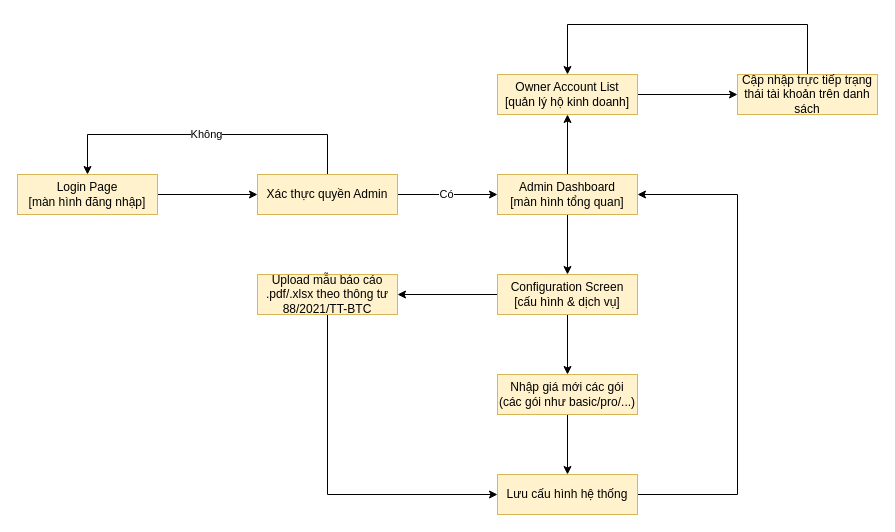
Above: docs/diagrams/admin_screen_flow.drawio in fouzo53/software-engineering-project (draw.io), before the change. Source tidied: cells renumbered, new cells numbered last; positions are measured from the earlier drawing's top-left corner, leaving out a move shared by most shapes. Both pictures are drawn from the tidied source at 100%, with x=0, y=0 at pixel (17, 24).
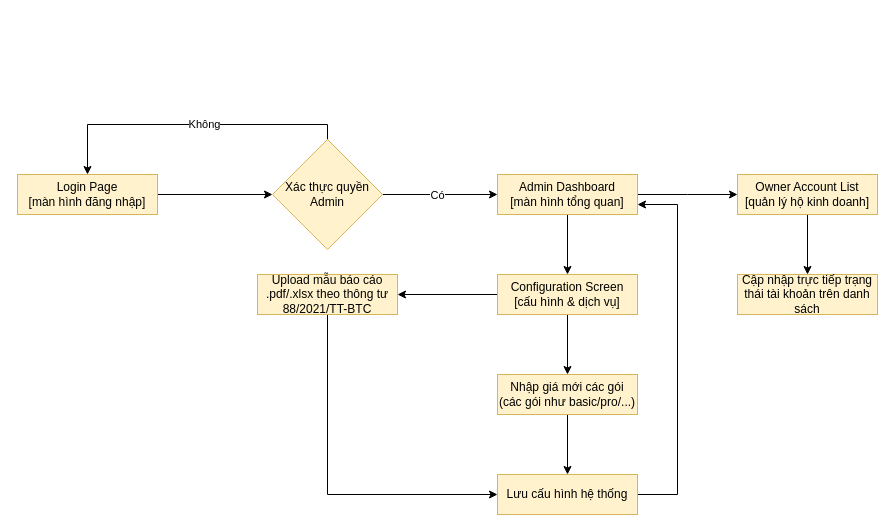
The same diagram, later.

The change refers to these unchanged cells:
```xml
<mxCell id="3" value="Login Page&lt;div&gt;[màn hình đăng nhập]&lt;/div&gt;" style="rounded=0;whiteSpace=wrap;html=1;fillColor=#fff2cc;strokeColor=#d6b656;" parent="1" vertex="1">
  <mxGeometry y="150" width="140" height="40" as="geometry" />
</mxCell>
<mxCell id="11" value="Admin Dashboard&lt;div&gt;[màn hình tổng quan]&lt;/div&gt;" style="rounded=0;whiteSpace=wrap;html=1;fillColor=#fff2cc;strokeColor=#d6b656;" parent="1" vertex="1">
  <mxGeometry x="480" y="150" width="140" height="40" as="geometry" />
</mxCell>
<mxCell id="18" value="Lưu cấu hình hệ thống" style="rounded=0;whiteSpace=wrap;html=1;fillColor=#fff2cc;strokeColor=#d6b656;" parent="1" vertex="1">
  <mxGeometry x="480" y="450" width="140" height="40" as="geometry" />
</mxCell>
```

Change to the diagram source:
```diff
@@
     <mxCell id="4" style="edgeStyle=orthogonalEdgeStyle;rounded=0;jettySize=auto;html=1;entryX=0.5;entryY=0;entryDx=0;entryDy=0;exitX=0.5;exitY=0;exitDx=0;exitDy=0;" parent="1" edge="1" source="8" target="3">
       <mxGeometry relative="1" as="geometry">
         <Array as="points">
-          <mxPoint x="310" y="110" />
-          <mxPoint x="70" y="110" />
+          <mxPoint x="310" y="100" />
+          <mxPoint x="70" y="100" />
         </Array>
       </mxGeometry>
     </mxCell>
     <mxCell id="5" value="Không" style="edgeLabel;html=1;align=center;verticalAlign=middle;" parent="4" vertex="1">
       <mxGeometry y="1" relative="1" as="geometry">
-        <mxPoint x="-2" y="-2" as="offset" />
+        <mxPoint x="14" y="-2" as="offset" />
       </mxGeometry>
     </mxCell>
-    <mxCell id="6" style="edgeStyle=orthogonalEdgeStyle;rounded=0;jettySize=auto;html=1;entryX=0;entryY=0.5;entryDx=0;entryDy=0;" parent="1" edge="1" source="8" target="11">
+    <mxCell id="6" style="edgeStyle=orthogonalEdgeStyle;rounded=0;jettySize=auto;html=1;entryX=0;entryY=0.5;entryDx=0;entryDy=0;exitX=1;exitY=0.5;exitDx=0;exitDy=0;" parent="1" edge="1" source="8" target="11">
       <mxGeometry relative="1" as="geometry" />
     </mxCell>
     <mxCell id="7" value="Có" style="edgeLabel;html=1;align=center;verticalAlign=middle;" parent="6" vertex="1">
       <mxGeometry x="-0.07" relative="1" as="geometry">
-        <mxPoint x="1" y="-1" as="offset" />
+        <mxPoint x="1" as="offset" />
       </mxGeometry>
     </mxCell>
-    <mxCell id="8" value="Xác thực quyền Admin" style="rounded=0;whiteSpace=wrap;html=1;fillColor=#fff2cc;strokeColor=#d6b656;" parent="1" vertex="1">
-      <mxGeometry x="240" y="150" width="140" height="40" as="geometry" />
-    </mxCell>
@@
-    <mxCell id="10" style="edgeStyle=orthogonalEdgeStyle;rounded=0;jettySize=auto;html=1;entryX=0.5;entryY=1;entryDx=0;entryDy=0;" parent="1" edge="1" source="11" target="22">
-      <mxGeometry relative="1" as="geometry" />
+    <mxCell id="10" style="edgeStyle=orthogonalEdgeStyle;rounded=0;jettySize=auto;html=1;entryX=0;entryY=0.5;entryDx=0;entryDy=0;" parent="1" edge="1" source="11" target="22">
+      <mxGeometry relative="1" as="geometry">
+        <Array as="points">
+          <mxPoint x="670" y="170" />
+          <mxPoint x="670" y="170" />
+        </Array>
+      </mxGeometry>
     </mxCell>
@@
-    <mxCell id="17" style="edgeStyle=orthogonalEdgeStyle;rounded=0;jettySize=auto;html=1;entryX=1;entryY=0.5;entryDx=0;entryDy=0;exitX=1;exitY=0.5;exitDx=0;exitDy=0;" parent="1" edge="1" source="18" target="11">
+    <mxCell id="17" style="edgeStyle=orthogonalEdgeStyle;rounded=0;jettySize=auto;html=1;entryX=1;entryY=0.75;entryDx=0;entryDy=0;exitX=1;exitY=0.5;exitDx=0;exitDy=0;" parent="1" edge="1" source="18" target="11">
       <mxGeometry relative="1" as="geometry">
         <Array as="points">
-          <mxPoint x="720" y="470" />
-          <mxPoint x="720" y="170" />
+          <mxPoint x="660" y="470" />
+          <mxPoint x="660" y="180" />
         </Array>
       </mxGeometry>
     </mxCell>
@@
-    <mxCell id="21" style="edgeStyle=orthogonalEdgeStyle;rounded=0;jettySize=auto;html=1;entryX=0;entryY=0.5;entryDx=0;entryDy=0;" parent="1" edge="1" source="22" target="24">
+    <mxCell id="21" style="edgeStyle=orthogonalEdgeStyle;rounded=0;jettySize=auto;html=1;entryX=0.5;entryY=0;entryDx=0;entryDy=0;" parent="1" edge="1" source="22" target="24">
       <mxGeometry relative="1" as="geometry" />
     </mxCell>
     <mxCell id="22" value="Owner Account List&lt;div&gt;[quản lý hộ kinh doanh]&lt;/div&gt;" style="rounded=0;whiteSpace=wrap;html=1;fillColor=#fff2cc;strokeColor=#d6b656;" parent="1" vertex="1">
-      <mxGeometry x="480" y="50" width="140" height="40" as="geometry" />
+      <mxGeometry x="720" y="150" width="140" height="40" as="geometry" />
     </mxCell>
-    <mxCell id="23" style="edgeStyle=orthogonalEdgeStyle;rounded=0;jettySize=auto;html=1;entryX=0.5;entryY=0;entryDx=0;entryDy=0;exitX=0.5;exitY=0;exitDx=0;exitDy=0;" parent="1" edge="1" source="24" target="22">
-      <mxGeometry relative="1" as="geometry">
-        <Array as="points">
-          <mxPoint x="790" />
-          <mxPoint x="550" />
-        </Array>
-      </mxGeometry>
-    </mxCell>
     <mxCell id="24" value="Cập nhập trực tiếp trạng thái tài khoản trên danh sách" style="rounded=0;whiteSpace=wrap;html=1;fillColor=#fff2cc;strokeColor=#d6b656;" parent="1" vertex="1">
-      <mxGeometry x="720" y="50" width="140" height="40" as="geometry" />
+      <mxGeometry x="720" y="250" width="140" height="40" as="geometry" />
     </mxCell>
+    <mxCell id="8" value="Xác thực quyền Admin" style="rhombus;whiteSpace=wrap;html=1;fillColor=#fff2cc;strokeColor=#d6b656;" parent="1" vertex="1">
+      <mxGeometry x="255" y="115" width="110" height="110" as="geometry" />
+    </mxCell>
```
